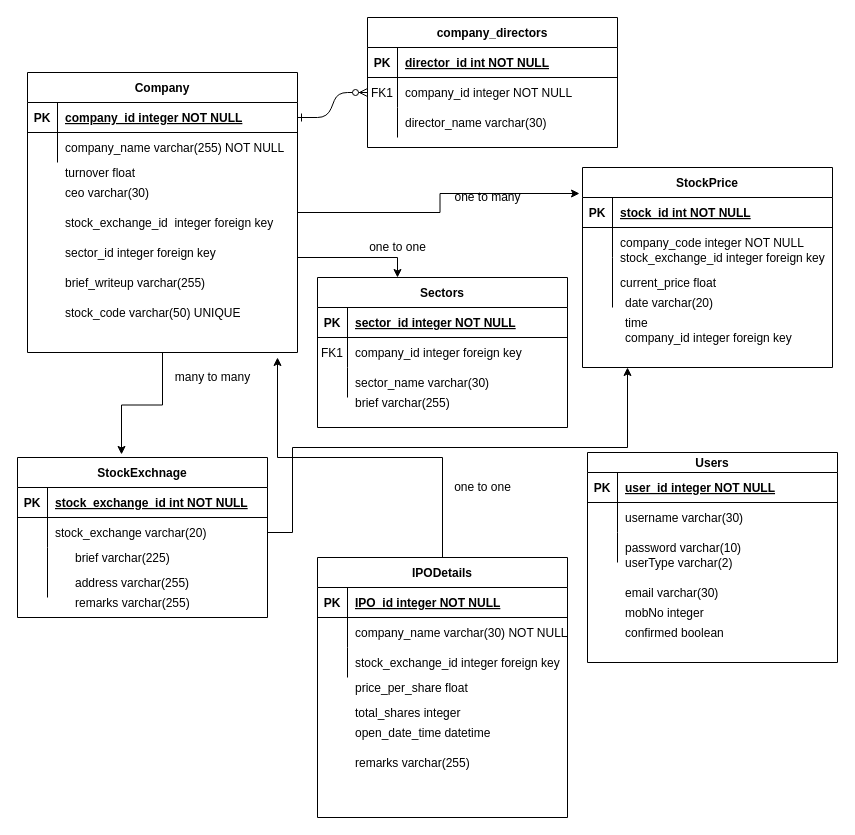
Rishika-kapoor31/stockmarket keeps this draw.io diagram as diagram/Untitled Diagram.drawio. Above is the earlier version. Source tidied: cells renumbered, new cells numbered last; positions are measured from the earlier drawing's top-left corner, leaving out a move shared by most shapes. Both pictures are drawn from the tidied source at 100%, with x=0, y=0 at pixel (17, 17).
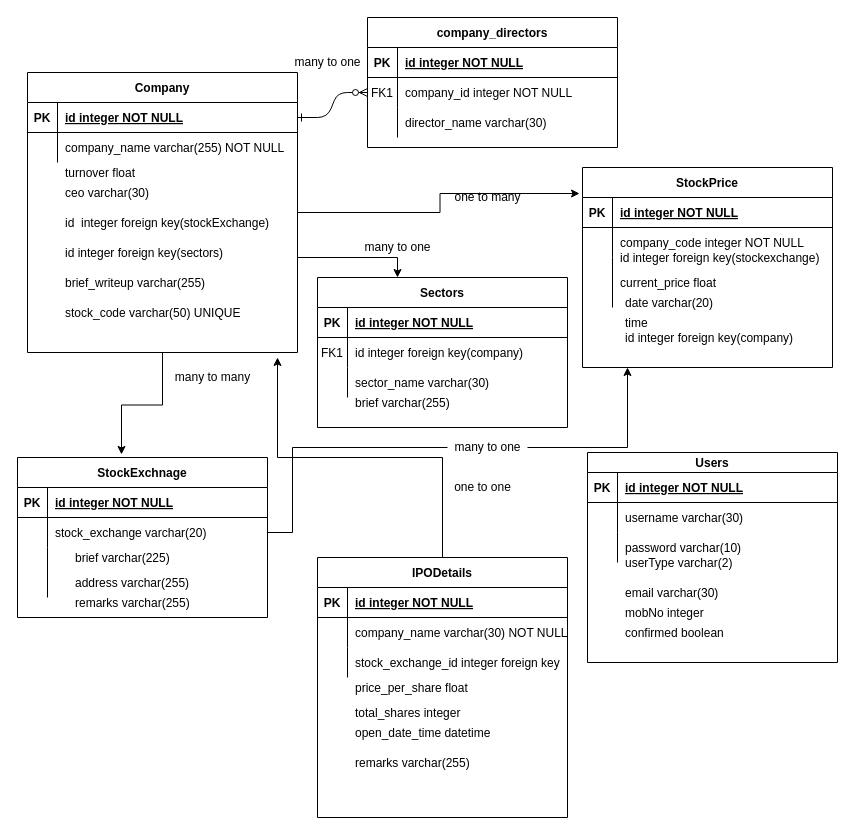
The same page after the edit.

The change refers to these unchanged cells:
```xml
<mxCell id="4" style="shape=partialRectangle;fillColor=none;top=0;left=0;right=0;bottom=1;" parent="3" vertex="1">
  <mxGeometry y="30" width="250" height="30" as="geometry" />
</mxCell>
<mxCell id="14" style="shape=partialRectangle;fillColor=none;points=[[0,0.5],[1,0.5]];portConstraint=eastwest;top=0;left=0;right=0;bottom=1;" parent="13" vertex="1">
  <mxGeometry y="30" width="250" height="30" as="geometry" />
</mxCell>
<mxCell id="27" style="shape=partialRectangle;fillColor=none;points=[[0,0.5],[1,0.5]];portConstraint=eastwest;top=0;left=0;right=0;bottom=1;" parent="26" vertex="1">
  <mxGeometry y="30" width="270" height="30" as="geometry" />
</mxCell>
<mxCell id="49" style="shape=partialRectangle;fillColor=none;top=0;left=0;right=0;bottom=1;" parent="48" vertex="1">
  <mxGeometry y="30" width="250" height="30" as="geometry" />
</mxCell>
<mxCell id="52" style="shape=partialRectangle;fillColor=none;points=[[0,0.5],[1,0.5]];portConstraint=eastwest;top=0;left=0;right=0;bottom=0;" parent="48" vertex="1">
  <mxGeometry y="60" width="250" height="30" as="geometry" />
</mxCell>
<mxCell id="62" style="shape=partialRectangle;fillColor=none;top=0;left=0;right=0;bottom=1;" parent="61" vertex="1">
  <mxGeometry y="20" width="250" height="30" as="geometry" />
</mxCell>
<mxCell id="76" style="shape=partialRectangle;fillColor=none;top=0;left=0;right=0;bottom=1;" parent="75" vertex="1">
  <mxGeometry y="30" width="250" height="30" as="geometry" />
</mxCell>
<mxCell id="79" style="shape=partialRectangle;fillColor=none;top=0;left=0;right=0;bottom=0;" parent="75" vertex="1">
  <mxGeometry y="60" width="250" height="30" as="geometry" />
</mxCell>
<mxCell id="90" style="shape=partialRectangle;fillColor=none;top=0;left=0;right=0;bottom=1;" parent="89" vertex="1">
  <mxGeometry y="30" width="250" height="30" as="geometry" />
</mxCell>
```

The edit, as a diff of the source:
```diff
@@
-    <mxCell id="6" value="director_id int NOT NULL " style="shape=partialRectangle;overflow=hidden;fillColor=none;top=0;left=0;bottom=0;right=0;align=left;spacingLeft=6;fontStyle=5;" parent="4" vertex="1">
+    <mxCell id="6" value="id integer NOT NULL " style="shape=partialRectangle;overflow=hidden;fillColor=none;top=0;left=0;bottom=0;right=0;align=left;spacingLeft=6;fontStyle=5;" parent="4" vertex="1">
       <mxGeometry x="30" width="220" height="30" as="geometry" />
     </mxCell>
@@
-    <mxCell id="16" value="stock_id int NOT NULL " style="shape=partialRectangle;overflow=hidden;fillColor=none;top=0;left=0;bottom=0;right=0;align=left;spacingLeft=6;fontStyle=5;" parent="14" vertex="1">
+    <mxCell id="16" value="id integer NOT NULL " style="shape=partialRectangle;overflow=hidden;fillColor=none;top=0;left=0;bottom=0;right=0;align=left;spacingLeft=6;fontStyle=5;" parent="14" vertex="1">
       <mxGeometry x="30" width="220" height="30" as="geometry" />
     </mxCell>
@@
-    <mxCell id="29" value="company_id integer NOT NULL " style="shape=partialRectangle;overflow=hidden;fillColor=none;top=0;left=0;bottom=0;right=0;align=left;spacingLeft=6;fontStyle=5;" parent="27" vertex="1">
+    <mxCell id="29" value="id integer NOT NULL " style="shape=partialRectangle;overflow=hidden;fillColor=none;top=0;left=0;bottom=0;right=0;align=left;spacingLeft=6;fontStyle=5;" parent="27" vertex="1">
       <mxGeometry x="30" width="240" height="30" as="geometry" />
     </mxCell>
@@
-    <mxCell id="38" value="sector_id integer foreign key" style="shape=partialRectangle;overflow=hidden;fillColor=none;top=0;left=0;bottom=0;right=0;align=left;spacingLeft=6;" parent="1" vertex="1">
+    <mxCell id="38" value="id integer foreign key(sectors)" style="shape=partialRectangle;overflow=hidden;fillColor=none;top=0;left=0;bottom=0;right=0;align=left;spacingLeft=6;" parent="1" vertex="1">
       <mxGeometry x="40" y="220" width="220" height="30" as="geometry" />
     </mxCell>
@@
-    <mxCell id="41" value="stock_exchange_id  integer foreign key" style="shape=partialRectangle;overflow=hidden;fillColor=none;top=0;left=0;bottom=0;right=0;align=left;spacingLeft=6;" parent="1" vertex="1">
+    <mxCell id="41" value="id  integer foreign key(stockExchange)" style="shape=partialRectangle;overflow=hidden;fillColor=none;top=0;left=0;bottom=0;right=0;align=left;spacingLeft=6;" parent="1" vertex="1">
       <mxGeometry x="40" y="190" width="220" height="30" as="geometry" />
     </mxCell>
@@
-    <mxCell id="43" value="stock_exchange_id integer foreign key" style="shape=partialRectangle;overflow=hidden;fillColor=none;top=0;left=0;bottom=0;right=0;align=left;spacingLeft=6;" parent="1" vertex="1">
+    <mxCell id="43" value="id integer foreign key(stockexchange)" style="shape=partialRectangle;overflow=hidden;fillColor=none;top=0;left=0;bottom=0;right=0;align=left;spacingLeft=6;" parent="1" vertex="1">
       <mxGeometry x="595" y="225" width="220" height="30" as="geometry" />
     </mxCell>
@@
-    <mxCell id="51" value="stock_exchange_id int NOT NULL " style="shape=partialRectangle;overflow=hidden;fillColor=none;top=0;left=0;bottom=0;right=0;align=left;spacingLeft=6;fontStyle=5;" parent="49" vertex="1">
+    <mxCell id="51" value="id integer NOT NULL " style="shape=partialRectangle;overflow=hidden;fillColor=none;top=0;left=0;bottom=0;right=0;align=left;spacingLeft=6;fontStyle=5;" parent="49" vertex="1">
       <mxGeometry x="30" width="220" height="30" as="geometry" />
     </mxCell>
@@
-    <mxCell id="64" value="user_id integer NOT NULL" style="shape=partialRectangle;overflow=hidden;fillColor=none;top=0;left=0;bottom=0;right=0;align=left;spacingLeft=6;fontStyle=5;" parent="62" vertex="1">
+    <mxCell id="64" value="id integer NOT NULL" style="shape=partialRectangle;overflow=hidden;fillColor=none;top=0;left=0;bottom=0;right=0;align=left;spacingLeft=6;fontStyle=5;" parent="62" vertex="1">
       <mxGeometry x="30" width="220" height="30" as="geometry" />
     </mxCell>
@@
-    <mxCell id="78" value="sector_id integer NOT NULL" style="shape=partialRectangle;overflow=hidden;fillColor=none;top=0;left=0;bottom=0;right=0;align=left;spacingLeft=6;fontStyle=5;" parent="76" vertex="1">
+    <mxCell id="78" value="id integer NOT NULL" style="shape=partialRectangle;overflow=hidden;fillColor=none;top=0;left=0;bottom=0;right=0;align=left;spacingLeft=6;fontStyle=5;" parent="76" vertex="1">
       <mxGeometry x="30" width="220" height="30" as="geometry" />
     </mxCell>
@@
-    <mxCell id="81" value="company_id integer foreign key" style="shape=partialRectangle;overflow=hidden;fillColor=none;top=0;left=0;bottom=0;right=0;align=left;spacingLeft=6;" parent="79" vertex="1">
+    <mxCell id="81" value="id integer foreign key(company)" style="shape=partialRectangle;overflow=hidden;fillColor=none;top=0;left=0;bottom=0;right=0;align=left;spacingLeft=6;" parent="79" vertex="1">
       <mxGeometry x="30" width="220" height="30" as="geometry" />
     </mxCell>
@@
-    <mxCell id="86" value="one to one" style="text;html=1;align=center;verticalAlign=middle;strokeColor=none;" parent="1" vertex="1">
-      <mxGeometry x="345" y="220" width="70" height="20" as="geometry" />
+    <mxCell id="86" value="many to one" style="text;html=1;align=center;verticalAlign=middle;strokeColor=none;" parent="1" vertex="1">
+      <mxGeometry x="340" y="220" width="80" height="20" as="geometry" />
     </mxCell>
@@
-    <mxCell id="92" value="IPO_id integer NOT NULL" style="shape=partialRectangle;overflow=hidden;fillColor=none;top=0;left=0;bottom=0;right=0;align=left;spacingLeft=6;fontStyle=5;" parent="90" vertex="1">
+    <mxCell id="92" value="id integer NOT NULL" style="shape=partialRectangle;overflow=hidden;fillColor=none;top=0;left=0;bottom=0;right=0;align=left;spacingLeft=6;fontStyle=5;" parent="90" vertex="1">
       <mxGeometry x="30" width="220" height="30" as="geometry" />
     </mxCell>
@@
-    <mxCell id="103" value="company_id integer foreign key" style="shape=partialRectangle;overflow=hidden;fillColor=none;top=0;left=0;bottom=0;right=0;align=left;spacingLeft=6;" parent="1" vertex="1">
+    <mxCell id="103" value="id integer foreign key(company)" style="shape=partialRectangle;overflow=hidden;fillColor=none;top=0;left=0;bottom=0;right=0;align=left;spacingLeft=6;" parent="1" vertex="1">
       <mxGeometry x="600" y="305" width="220" height="30" as="geometry" />
     </mxCell>
-    <mxCell id="104" style="edgeStyle=orthogonalEdgeStyle;rounded=0;jettySize=auto;html=1;exitX=1;exitY=0.5;exitDx=0;exitDy=0;" parent="1" edge="1" source="52">
+    <mxCell id="104" style="edgeStyle=orthogonalEdgeStyle;rounded=0;jettySize=auto;html=1;exitX=1;exitY=0.5;exitDx=0;exitDy=0;startArrow=none;" parent="1" edge="1" source="107">
       <mxGeometry relative="1" as="geometry">
         <mxPoint x="610" y="350" as="targetPoint" />
         <Array as="points">
-          <mxPoint x="275" y="430" />
           <mxPoint x="610" y="430" />
         </Array>
       </mxGeometry>
     </mxCell>
@@
+    <mxCell id="106" value="many to one" style="text;html=1;align=center;verticalAlign=middle;strokeColor=none;" parent="1" vertex="1">
+      <mxGeometry x="270" y="35" width="80" height="20" as="geometry" />
+    </mxCell>
+    <mxCell id="107" value="many to one" style="text;html=1;align=center;verticalAlign=middle;points=[];strokeColor=none;" parent="1" vertex="1">
+      <mxGeometry x="430" y="420" width="80" height="20" as="geometry" />
+    </mxCell>
+    <mxCell id="108" style="edgeStyle=orthogonalEdgeStyle;rounded=0;jettySize=auto;html=1;exitX=1;exitY=0.5;exitDx=0;exitDy=0;endArrow=none;" parent="1" edge="1" source="52" target="107">
+      <mxGeometry relative="1" as="geometry">
+        <Array as="points">
+          <mxPoint x="275" y="430" />
+        </Array>
+      </mxGeometry>
+    </mxCell>
```
